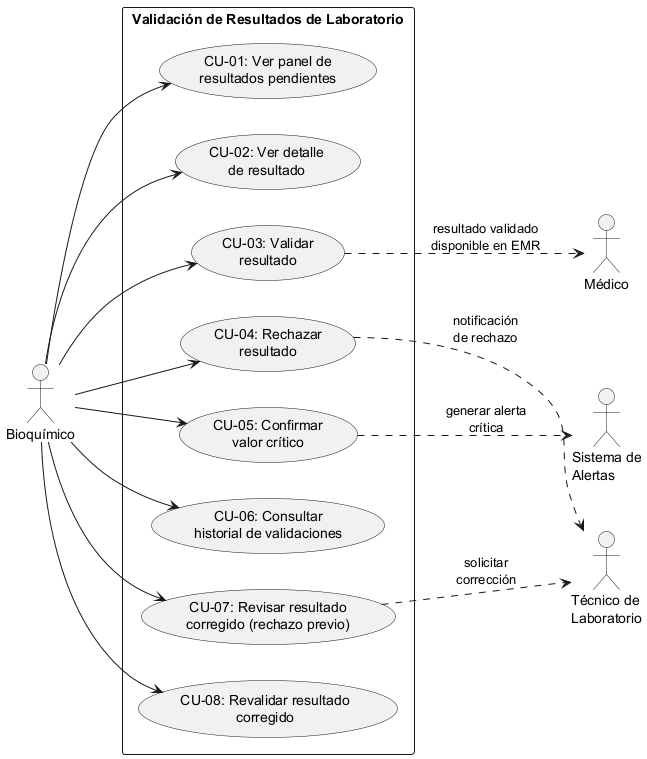
This is docs/module-20/casos-de-uso.png from billybc/4-shi-medicos-especialidades-disponibilidad, a PlantUML export, as it was before one commit. Its diagram source:
```plantuml
@startuml
left to right direction
skinparam packageStyle rectangle

actor "Bioquímico" as bio
actor "Técnico de\nLaboratorio" as tec
actor "Médico" as med
actor "Sistema de\nAlertas" as alertas

rectangle "Validación de Resultados de Laboratorio" {
  usecase "CU-01: Ver panel de\nresultados pendientes" as UC01
  usecase "CU-02: Ver detalle\nde resultado" as UC02
  usecase "CU-03: Validar\nresultado" as UC03
  usecase "CU-04: Rechazar\nresultado" as UC04
  usecase "CU-05: Confirmar\nvalor crítico" as UC05
  usecase "CU-06: Consultar\nhistorial de validaciones" as UC06
  usecase "CU-07: Revisar resultado\ncorregido (rechazo previo)" as UC07
  usecase "CU-08: Revalidar resultado\ncorregido" as UC08
}

bio --> UC01
bio --> UC02
bio --> UC03
bio --> UC04
bio --> UC05
bio --> UC06
bio --> UC07
bio --> UC08

UC03 ..> med : resultado validado\ndisponible en EMR
UC04 ..> tec : notificación\nde rechazo
UC05 ..> alertas : generar alerta\ncrítica
UC07 ..> tec : solicitar\ncorrección
@enduml
```
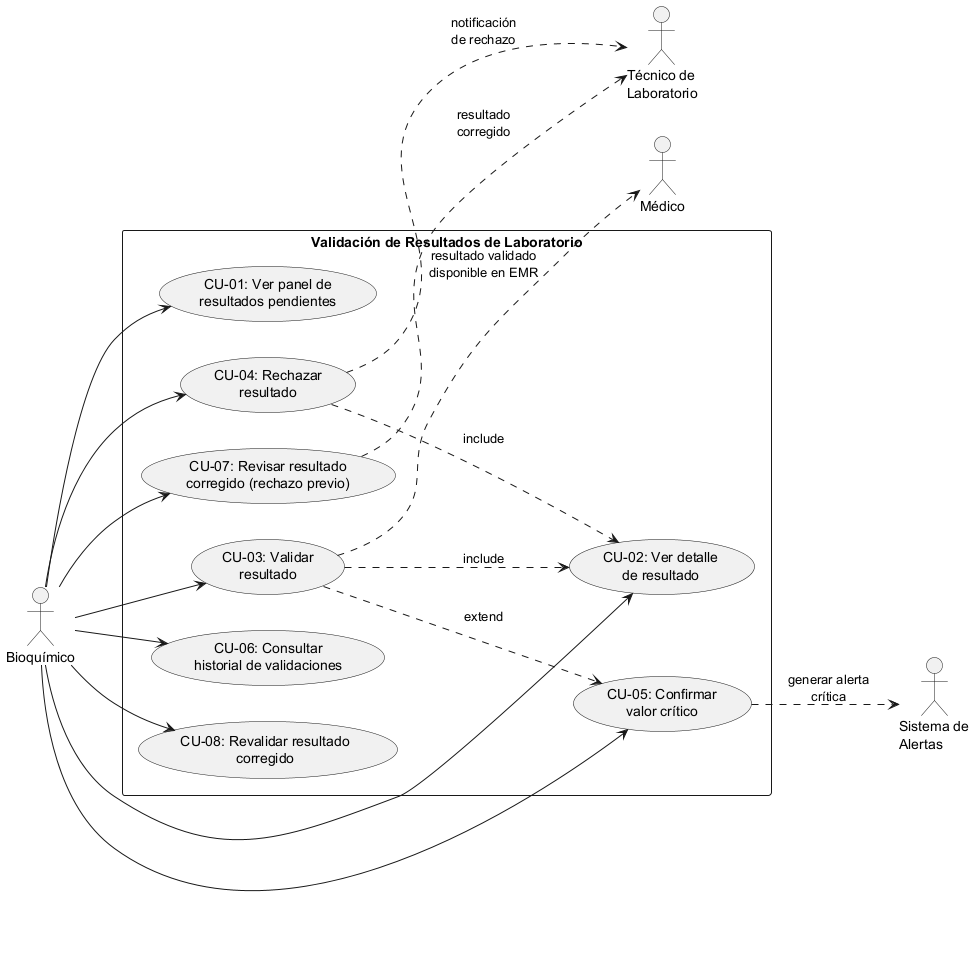
After the commit.

What changed in the source:
```diff
@@ -27,8 +27,12 @@
 bio --> UC07
 bio --> UC08
 
+UC03 ..> UC02 : include
+UC04 ..> UC02 : include
+UC03 ..> UC05 : extend
+
 UC03 ..> med : resultado validado\ndisponible en EMR
 UC04 ..> tec : notificación\nde rechazo
 UC05 ..> alertas : generar alerta\ncrítica
-UC07 ..> tec : solicitar\ncorrección
+UC07 ..> tec : resultado\ncorregido
 @enduml
```
